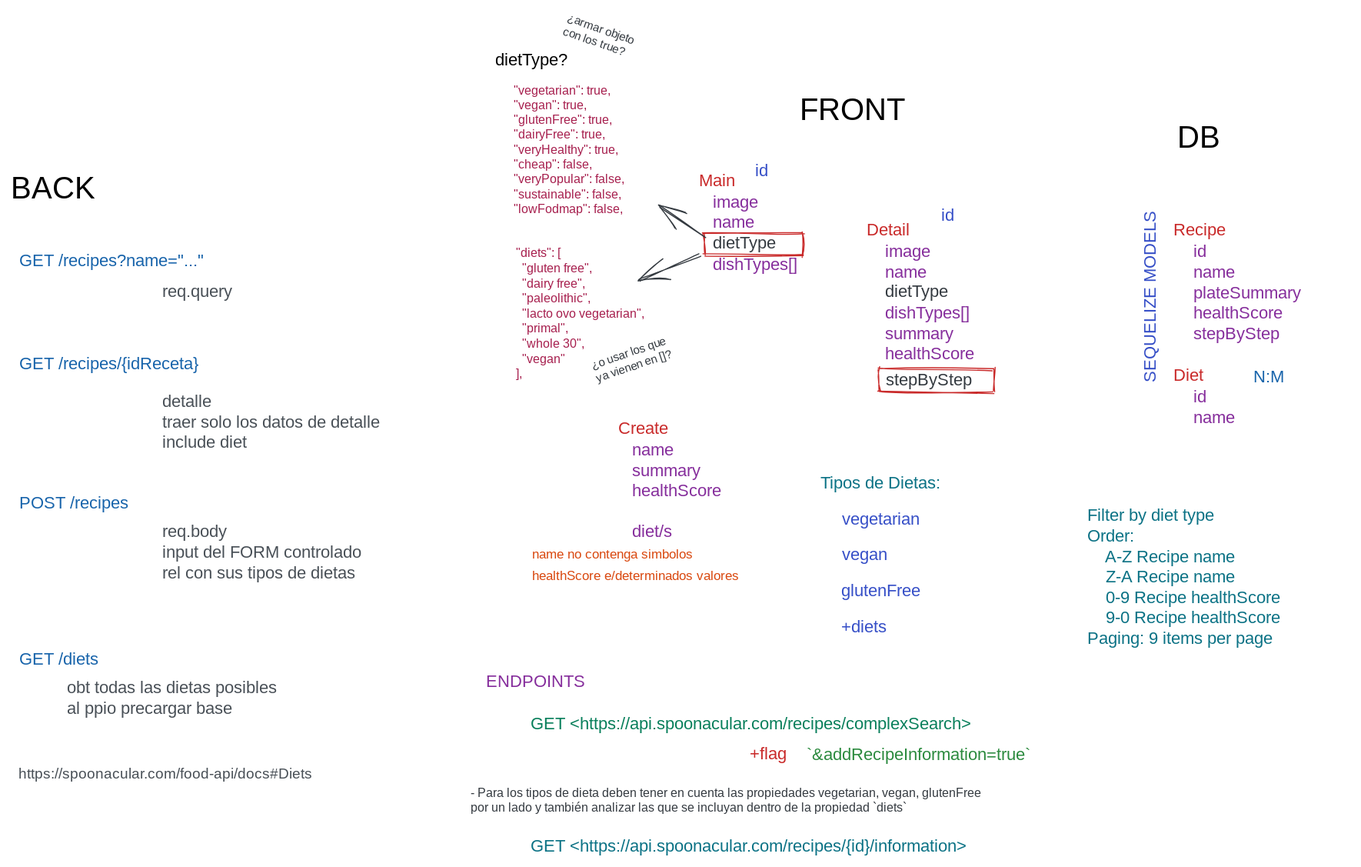
Above: schema.excalidraw.svg in jdcm182/PI-Food-J (Excalidraw), before the change. Source tidied: one line per element, renumbered; positions are measured from the earlier drawing's top-left corner, leaving out a move shared by most shapes. Source of this version:
```json
{"id": 0, "type": "text", "text": "GET <https://api.spoonacular.com/recipes/complexSearch>", "strokeColor": "#087f5b", "strokeWidth": 1, "roughness": 1, "fontSize": 16, "fontFamily": 3, "x": 483, "y": 639, "width": 517, "height": 19}
{"id": 1, "type": "text", "text": "GET <https://api.spoonacular.com/recipes/{id}/information>", "strokeColor": "#0b7285", "strokeWidth": 1, "roughness": 1, "fontSize": 16, "fontFamily": 3, "x": 483, "y": 753, "width": 545, "height": 19}
{"id": 2, "type": "text", "text": "`&addRecipeInformation=true`", "strokeColor": "#2b8a3e", "strokeWidth": 1, "roughness": 1, "fontSize": 16, "fontFamily": 3, "x": 739, "y": 668, "width": 264, "height": 19}
{"id": 3, "type": "text", "text": "+flag", "strokeColor": "#c92a2a", "strokeWidth": 1, "roughness": 1, "fontSize": 16, "fontFamily": 3, "x": 686, "y": 667, "width": 48, "height": 19}
{"id": 4, "type": "text", "text": "vegetarian", "strokeColor": "#364fc7", "strokeWidth": 1, "roughness": 1, "fontSize": 16, "fontFamily": 3, "x": 772, "y": 449, "width": 95, "height": 19}
{"id": 5, "type": "text", "text": "vegan", "strokeColor": "#364fc7", "strokeWidth": 1, "roughness": 1, "fontSize": 16, "fontFamily": 3, "x": 772, "y": 482, "width": 48, "height": 19}
{"id": 6, "type": "text", "text": "glutenFree", "strokeColor": "#364fc7", "strokeWidth": 1, "roughness": 1, "fontSize": 16, "fontFamily": 3, "x": 771, "y": 515, "width": 95, "height": 19}
{"id": 7, "type": "text", "text": "+diets", "strokeColor": "#364fc7", "strokeWidth": 1, "roughness": 1, "fontSize": 16, "fontFamily": 3, "x": 771, "y": 549, "width": 57, "height": 19}
{"id": 8, "type": "text", "text": "Tipos de Dietas:", "strokeColor": "#0b7285", "strokeWidth": 1, "roughness": 1, "fontSize": 16, "fontFamily": 3, "x": 752, "y": 416, "width": 151, "height": 19}
{"id": 9, "type": "text", "text": "- Para los tipos de dieta deben tener en cuenta las propiedades vegetarian, vegan, glutenFree \npor un lado y también analizar las que se incluyan dentro de la propiedad `diets`", "strokeColor": "#343a40", "strokeWidth": 1, "roughness": 1, "fontSize": 11.76, "fontFamily": 3, "x": 427, "y": 706, "width": 648, "height": 28}
{"id": 10, "type": "text", "text": "ENDPOINTS", "strokeColor": "#862e9c", "strokeWidth": 1, "roughness": 1, "fontSize": 16, "fontFamily": 3, "x": 441, "y": 600, "width": 85, "height": 19}
{"id": 11, "type": "text", "text": "image\nname", "strokeColor": "#862e9c", "strokeWidth": 1, "roughness": 1, "fontSize": 16, "fontFamily": 3, "x": 652, "y": 155, "width": 47, "height": 38}
{"id": 12, "type": "text", "text": "Main", "strokeColor": "#c92a2a", "strokeWidth": 1, "roughness": 1, "fontSize": 16, "fontFamily": 3, "x": 639, "y": 135, "width": 39, "height": 19}
{"id": 13, "type": "text", "text": "Detail", "strokeColor": "#c92a2a", "strokeWidth": 1, "roughness": 1, "fontSize": 16, "fontFamily": 3, "x": 795, "y": 181, "width": 57, "height": 19}
{"id": 14, "type": "text", "text": "image\nname\n\ndishTypes[]\nsummary\nhealthScore", "strokeColor": "#862e9c", "strokeWidth": 1, "roughness": 1, "fontSize": 16, "fontFamily": 3, "x": 812, "y": 201, "width": 104, "height": 114}
{"id": 15, "type": "text", "text": "dishTypes[]", "strokeColor": "#862e9c", "strokeWidth": 1, "roughness": 1, "fontSize": 16, "fontFamily": 3, "x": 652, "y": 213, "width": 104, "height": 19}
{"id": 16, "type": "text", "text": "name\nsummary\nhealthScore\n\ndiet/s", "strokeColor": "#862e9c", "strokeWidth": 1, "roughness": 1, "fontSize": 16, "fontFamily": 3, "x": 577, "y": 385, "width": 103, "height": 95}
{"id": 17, "type": "text", "text": "Create", "strokeColor": "#c92a2a", "strokeWidth": 1, "roughness": 1, "fontSize": 16, "fontFamily": 3, "x": 564, "y": 365, "width": 57, "height": 19}
{"id": 18, "type": "text", "text": "name no contenga simbolos", "strokeColor": "#d9480f", "strokeWidth": 1, "roughness": 1, "fontSize": 12.26, "fontFamily": 3, "x": 484, "y": 484, "width": 180, "height": 15}
{"id": 19, "type": "text", "text": "healthScore e/determinados valores", "strokeColor": "#d9480f", "strokeWidth": 1, "roughness": 1, "fontSize": 12.26, "fontFamily": 3, "x": 484, "y": 504, "width": 245, "height": 15}
{"id": 20, "type": "text", "text": "FRONT", "strokeColor": "#000000", "strokeWidth": 1, "roughness": 1, "fontSize": 28.33, "fontFamily": 3, "x": 733, "y": 62, "width": 85, "height": 34}
{"id": 21, "type": "text", "text": "DB", "strokeColor": "#000000", "strokeWidth": 1, "roughness": 1, "fontSize": 28.33, "fontFamily": 3, "x": 1083, "y": 87, "width": 34, "height": 34}
{"id": 22, "type": "text", "text": "Recipe", "strokeColor": "#c92a2a", "strokeWidth": 1, "roughness": 1, "fontSize": 16, "fontFamily": 3, "x": 1080, "y": 181, "width": 57, "height": 19}
{"id": 23, "type": "text", "text": "id\nname\nplateSummary\nhealthScore\nstepByStep", "strokeColor": "#862e9c", "strokeWidth": 1, "roughness": 1, "fontSize": 16, "fontFamily": 3, "x": 1098, "y": 201, "width": 113, "height": 95}
{"id": 24, "type": "text", "text": "Diet", "strokeColor": "#c92a2a", "strokeWidth": 1, "roughness": 1, "fontSize": 16, "fontFamily": 3, "x": 1080, "y": 316, "width": 39, "height": 19}
{"id": 25, "type": "text", "text": "id\nname", "strokeColor": "#862e9c", "strokeWidth": 1, "roughness": 1, "fontSize": 16, "fontFamily": 3, "x": 1098, "y": 336, "width": 39, "height": 38}
{"id": 26, "type": "text", "text": "N:M", "strokeColor": "#1864ab", "strokeWidth": 1, "roughness": 1, "fontSize": 16, "fontFamily": 3, "x": 1154, "y": 317, "width": 29, "height": 19}
{"id": 27, "type": "text", "text": "BACK", "strokeColor": "#000000", "strokeWidth": 1, "roughness": 1, "fontSize": 28.33, "fontFamily": 3, "x": 0, "y": 134, "width": 67, "height": 34}
{"id": 28, "type": "text", "text": "GET /recipes?name=\"...\"", "strokeColor": "#1864ab", "strokeWidth": 1, "roughness": 1, "fontSize": 16, "fontFamily": 3, "x": 8, "y": 209, "width": 217, "height": 19}
{"id": 29, "type": "text", "text": "req.query", "strokeColor": "#495057", "strokeWidth": 1, "roughness": 1, "fontSize": 16, "fontFamily": 3, "x": 141, "y": 238, "width": 85, "height": 19}
{"id": 30, "type": "text", "text": "GET /recipes/{idReceta}", "strokeColor": "#1864ab", "strokeWidth": 1, "roughness": 1, "fontSize": 16, "fontFamily": 3, "x": 8, "y": 305, "width": 217, "height": 19}
{"id": 31, "type": "text", "text": "detalle\ntraer solo los datos de detalle\ninclude diet", "strokeColor": "#495057", "strokeWidth": 1, "roughness": 1, "fontSize": 16, "fontFamily": 3, "x": 141, "y": 340, "width": 291, "height": 57}
{"id": 32, "type": "text", "text": "POST /recipes", "strokeColor": "#1864ab", "strokeWidth": 1, "roughness": 1, "fontSize": 16, "fontFamily": 3, "x": 8, "y": 434, "width": 123, "height": 19}
{"id": 33, "type": "text", "text": "req.body\ninput del FORM controlado\nrel con sus tipos de dietas", "strokeColor": "#495057", "strokeWidth": 1, "roughness": 1, "fontSize": 16, "fontFamily": 3, "x": 141, "y": 461, "width": 254, "height": 57}
{"id": 34, "type": "text", "text": "GET /diets", "strokeColor": "#1864ab", "strokeWidth": 1, "roughness": 1, "fontSize": 16, "fontFamily": 3, "x": 8, "y": 579, "width": 95, "height": 19}
{"id": 35, "type": "text", "text": "https://spoonacular.com/food-api/docs#Diets", "strokeColor": "#495057", "strokeWidth": 1, "roughness": 1, "fontSize": 13.74, "fontFamily": 3, "x": 7, "y": 686, "width": 347, "height": 16}
{"id": 36, "type": "text", "text": "obt todas las dietas posibles\nal ppio precargar base", "strokeColor": "#495057", "strokeWidth": 1, "roughness": 1, "fontSize": 16, "fontFamily": 3, "x": 52, "y": 606, "width": 272, "height": 38}
{"id": 37, "type": "text", "text": "Filter by diet type\nOrder:\n    A-Z Recipe name\n    Z-A Recipe name\n    0-9 Recipe healthScore\n    9-0 Recipe healthScore\nPaging: 9 items per page", "strokeColor": "#0b7285", "strokeWidth": 1, "roughness": 1, "fontSize": 16, "fontFamily": 3, "x": 1000, "y": 446, "width": 244, "height": 133}
{"id": 38, "type": "rectangle", "strokeColor": "#c92a2a", "strokeWidth": 1, "roughness": 1, "x": 644, "y": 193, "width": 92, "height": 21}
{"id": 39, "type": "text", "text": "\"vegetarian\": true,\n\"vegan\": true,\n\"glutenFree\": true,\n\"dairyFree\": true,\n\"veryHealthy\": true,\n\"cheap\": false,\n\"veryPopular\": false,\n\"sustainable\": false,\n\"lowFodmap\": false,", "strokeColor": "#a61e4d", "strokeWidth": 1, "roughness": 1, "fontSize": 11.6, "fontFamily": 3, "x": 467, "y": 54, "width": 143, "height": 124}
{"id": 40, "type": "text", "text": "\"diets\": [\n  \"gluten free\",\n  \"dairy free\",\n  \"paleolithic\",\n  \"lacto ovo vegetarian\",\n  \"primal\",\n  \"whole 30\",\n  \"vegan\"\n],", "strokeColor": "#a61e4d", "strokeWidth": 1, "roughness": 1, "fontSize": 11.6, "fontFamily": 3, "x": 469, "y": 205, "width": 170, "height": 126}
{"id": 41, "type": "text", "text": "dietType?", "strokeColor": "#000000", "strokeWidth": 1, "roughness": 1, "fontSize": 16, "fontFamily": 3, "x": 450, "y": 23, "width": 85, "height": 19}
{"id": 42, "type": "text", "text": "dietType", "strokeColor": "#343a40", "strokeWidth": 1, "roughness": 1, "fontSize": 16, "fontFamily": 3, "x": 652, "y": 193, "width": 76, "height": 19}
{"id": 43, "type": "text", "text": "stepByStep", "strokeColor": "#343a40", "strokeWidth": 1, "roughness": 1, "fontSize": 16, "fontFamily": 3, "x": 813, "y": 320, "width": 95, "height": 19}
{"id": 44, "type": "rectangle", "strokeColor": "#c92a2a", "strokeWidth": 1, "roughness": 1, "x": 806, "y": 319, "width": 107, "height": 22}
{"id": 45, "type": "text", "text": "dietType", "strokeColor": "#343a40", "strokeWidth": 1, "roughness": 1, "fontSize": 16, "fontFamily": 3, "x": 812, "y": 238, "width": 76, "height": 19}
{"id": 46, "type": "arrow", "strokeColor": "#343a40", "strokeWidth": 1, "roughness": 1, "endArrowhead": "arrow", "from": 42, "x": 640, "y": 213, "width": 56, "height": 24, "points": [[0, 0], [-56, 24]]}
{"id": 47, "type": "arrow", "strokeColor": "#343a40", "strokeWidth": 1, "roughness": 1, "endArrowhead": "arrow", "from": 42, "x": 645, "y": 197, "width": 43, "height": 28, "points": [[0, 0], [-43, -28]]}
{"id": 48, "type": "text", "text": "¿armar objeto\ncon los true?", "strokeColor": "#343a40", "angle": 0.34, "strokeWidth": 1, "roughness": 1, "fontSize": 10.81, "fontFamily": 3, "x": 513, "y": 0, "width": 83, "height": 26}
{"id": 49, "type": "text", "text": "¿o usar los que\nya vienen en []?", "strokeColor": "#343a40", "angle": 5.96, "strokeWidth": 1, "roughness": 1, "fontSize": 10.81, "fontFamily": 3, "x": 539, "y": 293, "width": 102, "height": 26}
{"id": 50, "type": "text", "text": "id", "strokeColor": "#364fc7", "strokeWidth": 1, "roughness": 1, "fontSize": 16, "fontFamily": 3, "x": 864, "y": 167, "width": 20, "height": 19}
{"id": 51, "type": "text", "text": "id", "strokeColor": "#364fc7", "strokeWidth": 1, "roughness": 1, "fontSize": 16, "fontFamily": 3, "x": 691, "y": 126, "width": 20, "height": 19}
{"id": 52, "type": "text", "text": "SEQUELIZE MODELS", "strokeColor": "#364fc7", "angle": 4.71, "strokeWidth": 1, "roughness": 1, "fontSize": 16, "fontFamily": 3, "x": 982, "y": 247, "width": 151, "height": 19}
```
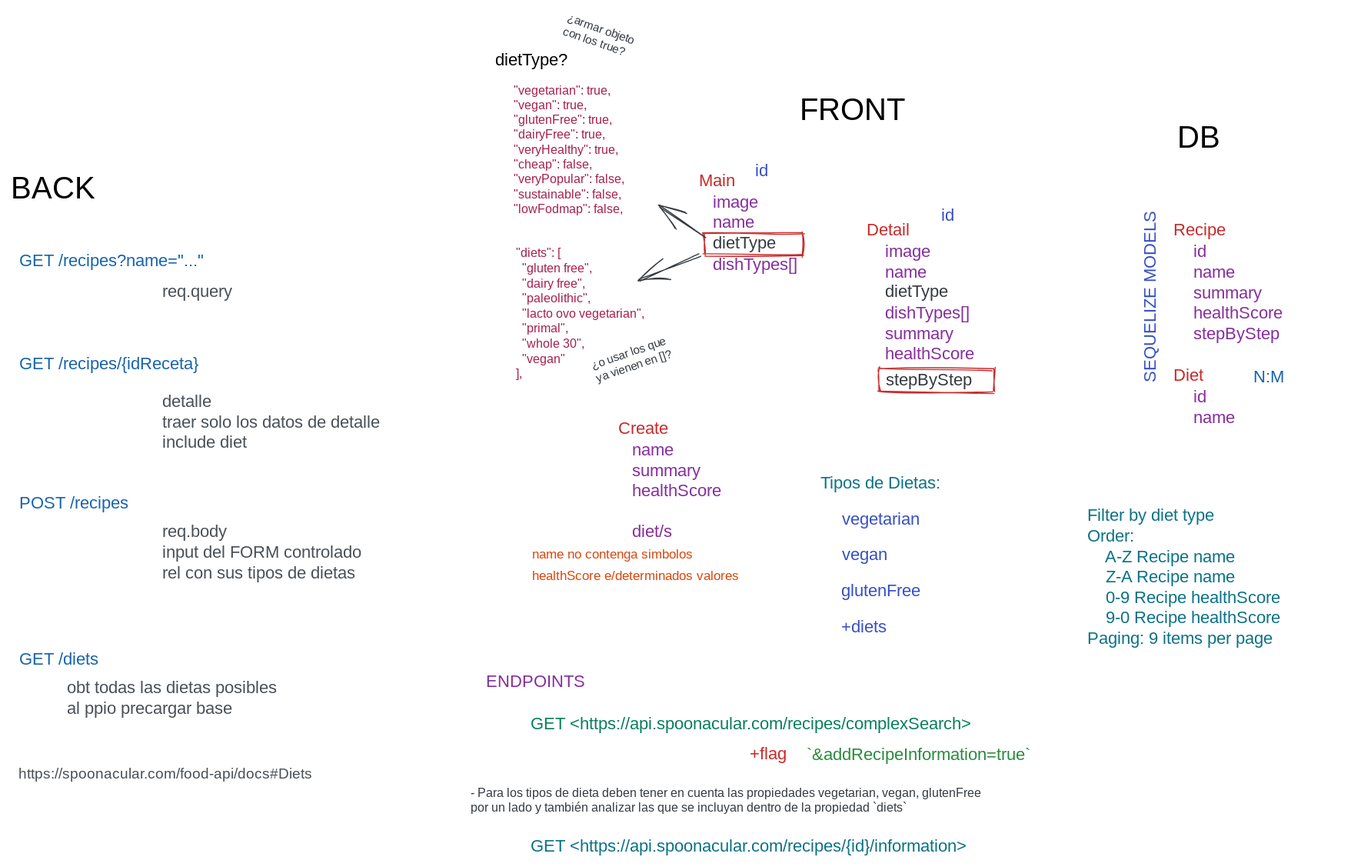
Later version of the same file.

What changed in the source:
```diff
@@ -21,7 +21,7 @@
 {"id": 20, "type": "text", "text": "FRONT", "strokeColor": "#000000", "strokeWidth": 1, "roughness": 1, "fontSize": 28.33, "fontFamily": 3, "x": 733, "y": 62, "width": 85, "height": 34}
 {"id": 21, "type": "text", "text": "DB", "strokeColor": "#000000", "strokeWidth": 1, "roughness": 1, "fontSize": 28.33, "fontFamily": 3, "x": 1083, "y": 87, "width": 34, "height": 34}
 {"id": 22, "type": "text", "text": "Recipe", "strokeColor": "#c92a2a", "strokeWidth": 1, "roughness": 1, "fontSize": 16, "fontFamily": 3, "x": 1080, "y": 181, "width": 57, "height": 19}
-{"id": 23, "type": "text", "text": "id\nname\nplateSummary\nhealthScore\nstepByStep", "strokeColor": "#862e9c", "strokeWidth": 1, "roughness": 1, "fontSize": 16, "fontFamily": 3, "x": 1098, "y": 201, "width": 113, "height": 95}
+{"id": 23, "type": "text", "text": "id\nname\nsummary\nhealthScore\nstepByStep", "strokeColor": "#862e9c", "strokeWidth": 1, "roughness": 1, "fontSize": 16, "fontFamily": 3, "x": 1098, "y": 201, "width": 103, "height": 95}
 {"id": 24, "type": "text", "text": "Diet", "strokeColor": "#c92a2a", "strokeWidth": 1, "roughness": 1, "fontSize": 16, "fontFamily": 3, "x": 1080, "y": 316, "width": 39, "height": 19}
 {"id": 25, "type": "text", "text": "id\nname", "strokeColor": "#862e9c", "strokeWidth": 1, "roughness": 1, "fontSize": 16, "fontFamily": 3, "x": 1098, "y": 336, "width": 39, "height": 38}
 {"id": 26, "type": "text", "text": "N:M", "strokeColor": "#1864ab", "strokeWidth": 1, "roughness": 1, "fontSize": 16, "fontFamily": 3, "x": 1154, "y": 317, "width": 29, "height": 19}
```
